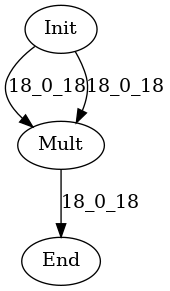
This is data/graph_poly.dot.png from hal-lab-u-tokyo/PolyFHE, a Graphviz export, as it was before one commit. Its source is kept beside it as data/graph_poly.dot.
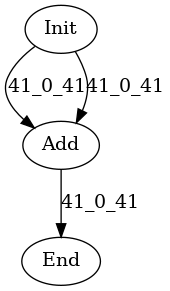
The same diagram one commit later.

What changed in the source:
```diff
@@ -1,8 +1,8 @@
 digraph G {
 Init[label="Init"];
 End[label="End"];
-Mult[label="Mult"];
-Init -> Mult[label="18_0_18"];
-Init -> Mult[label="18_0_18"];
-Mult -> End[label="18_0_18"];
+Add[label="Add"];
+Init -> Add[label="41_0_41"];
+Init -> Add[label="41_0_41"];
+Add -> End[label="41_0_41"];
 }
```
